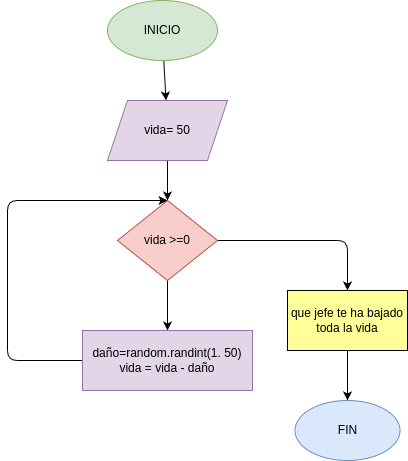
This is Ejercicio No.2/diagrama.png from mariapaulacarreno/Ejercicios_practica_while, a draw.io export, as it was before one commit. Source tidied: cells renumbered, new cells last; positions are measured from the earlier drawing's top-left corner, leaving out a move shared by most shapes.
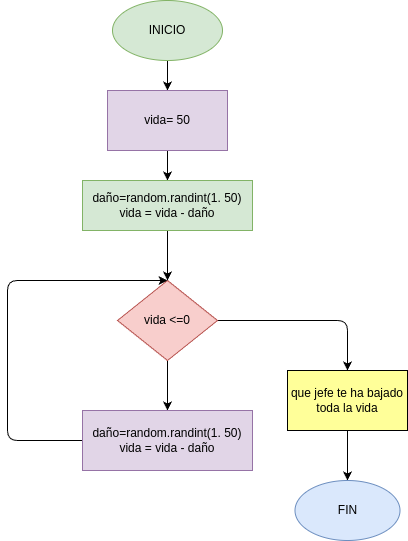
After the commit.

What changed in the source:
```diff
@@ -2,18 +2,12 @@
   <root>
     <mxCell id="0" />
     <mxCell id="1" parent="0" />
-    <mxCell id="2" style="edgeStyle=none;html=1;" parent="1" edge="1" source="3" target="5">
+    <mxCell id="2" style="edgeStyle=none;html=1;entryX=0.5;entryY=0;entryDx=0;entryDy=0;" parent="1" edge="1" source="3" target="5">
       <mxGeometry relative="1" as="geometry" />
     </mxCell>
     <mxCell id="3" value="INICIO" style="ellipse;whiteSpace=wrap;html=1;fillColor=#d5e8d4;strokeColor=#82b366;" parent="1" vertex="1">
-      <mxGeometry x="100" width="110" height="60" as="geometry" />
+      <mxGeometry x="105" y="-80" width="110" height="60" as="geometry" />
     </mxCell>
-    <mxCell id="4" style="edgeStyle=none;html=1;" parent="1" edge="1" source="5" target="8">
-      <mxGeometry relative="1" as="geometry" />
-    </mxCell>
-    <mxCell id="5" value="vida= 50" style="shape=parallelogram;perimeter=parallelogramPerimeter;whiteSpace=wrap;html=1;fixedSize=1;fillColor=#e1d5e7;strokeColor=#9673a6;" parent="1" vertex="1">
-      <mxGeometry x="100" y="100" width="120" height="60" as="geometry" />
-    </mxCell>
     <mxCell id="6" style="edgeStyle=none;html=1;" parent="1" edge="1" source="8" target="10">
       <mxGeometry relative="1" as="geometry">
         <Array as="points">
@@ -24,7 +18,7 @@
     <mxCell id="7" style="edgeStyle=none;html=1;" parent="1" edge="1" source="8" target="12">
       <mxGeometry relative="1" as="geometry" />
     </mxCell>
-    <mxCell id="8" value="vida &amp;gt;=0" style="rhombus;whiteSpace=wrap;html=1;fillColor=#f8cecc;strokeColor=#b85450;" parent="1" vertex="1">
+    <mxCell id="8" value="vida &amp;lt;=0" style="rhombus;whiteSpace=wrap;html=1;fillColor=#f8cecc;strokeColor=#b85450;" parent="1" vertex="1">
       <mxGeometry x="110" y="200" width="100" height="80" as="geometry" />
     </mxCell>
     <mxCell id="9" style="edgeStyle=none;html=1;" parent="1" edge="1" source="10" target="13">
@@ -47,5 +41,17 @@
     <mxCell id="13" value="FIN" style="ellipse;whiteSpace=wrap;html=1;fillColor=#dae8fc;strokeColor=#6c8ebf;" parent="1" vertex="1">
       <mxGeometry x="287.5" y="400" width="105" height="60" as="geometry" />
     </mxCell>
+    <mxCell id="14" style="edgeStyle=none;html=1;entryX=0.5;entryY=0;entryDx=0;entryDy=0;" parent="1" edge="1" source="5" target="16">
+      <mxGeometry relative="1" as="geometry" />
+    </mxCell>
+    <mxCell id="5" value="&lt;span style=&quot;color: rgb(0, 0, 0);&quot;&gt;vida= 50&lt;/span&gt;" style="rounded=0;whiteSpace=wrap;html=1;fillColor=#e1d5e7;strokeColor=#9673a6;" parent="1" vertex="1">
+      <mxGeometry x="100" y="10" width="120" height="60" as="geometry" />
+    </mxCell>
+    <mxCell id="15" style="edgeStyle=none;html=1;entryX=0.5;entryY=0;entryDx=0;entryDy=0;" parent="1" edge="1" source="16" target="8">
+      <mxGeometry relative="1" as="geometry" />
+    </mxCell>
+    <mxCell id="16" value="daño=random.randint(1. 50)&lt;div&gt;vida = vida - daño&lt;/div&gt;" style="whiteSpace=wrap;html=1;fillColor=#d5e8d4;strokeColor=#82b366;" parent="1" vertex="1">
+      <mxGeometry x="75" y="100" width="170" height="50" as="geometry" />
+    </mxCell>
   </root>
 </mxGraphModel>
```
